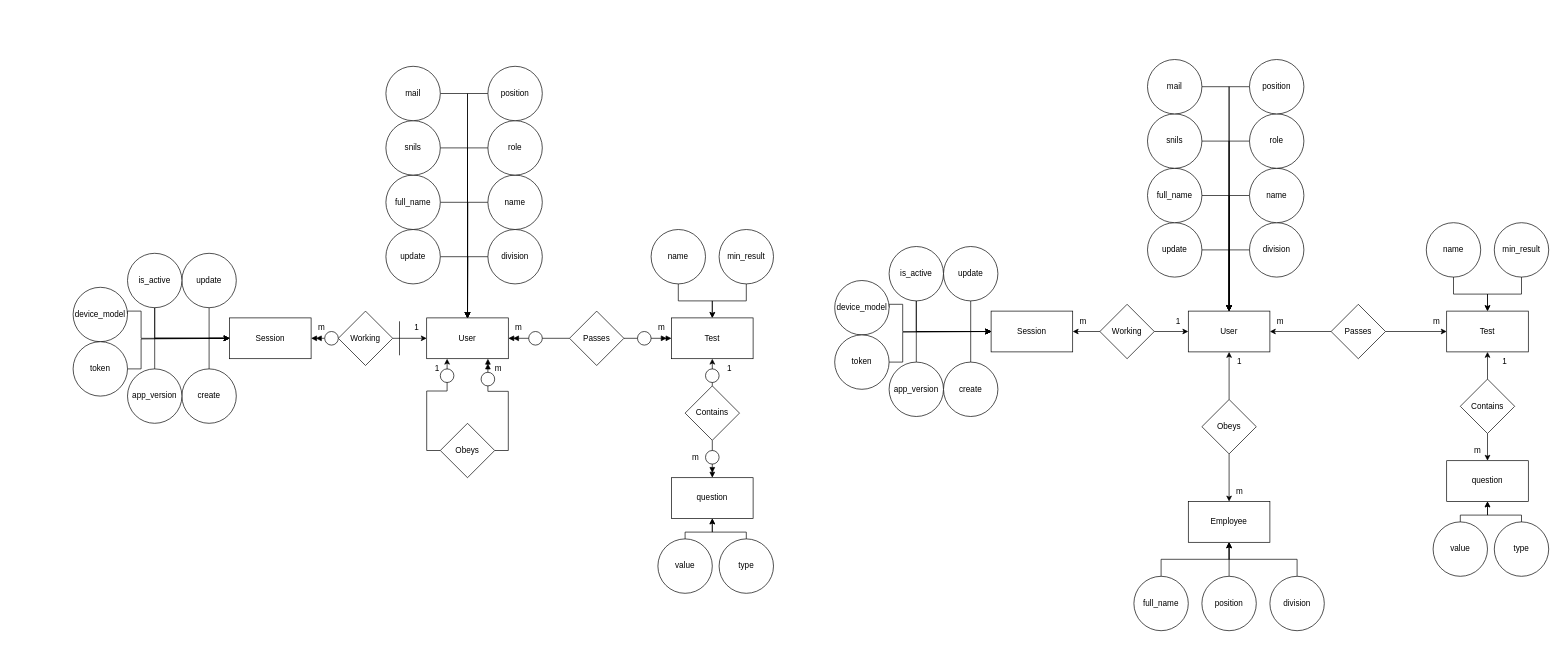
The draw.io diagram page "ER" (7 of 14) of Диплом.drawio in Vlad-Efremovv/kursach, before the edit. Source tidied: cells renumbered, new cells numbered last; positions are measured from the earlier drawing's top-left corner, leaving out a move shared by most shapes. Both pictures are drawn from the tidied source at 68%, with x=0, y=0 at pixel (73, 59).
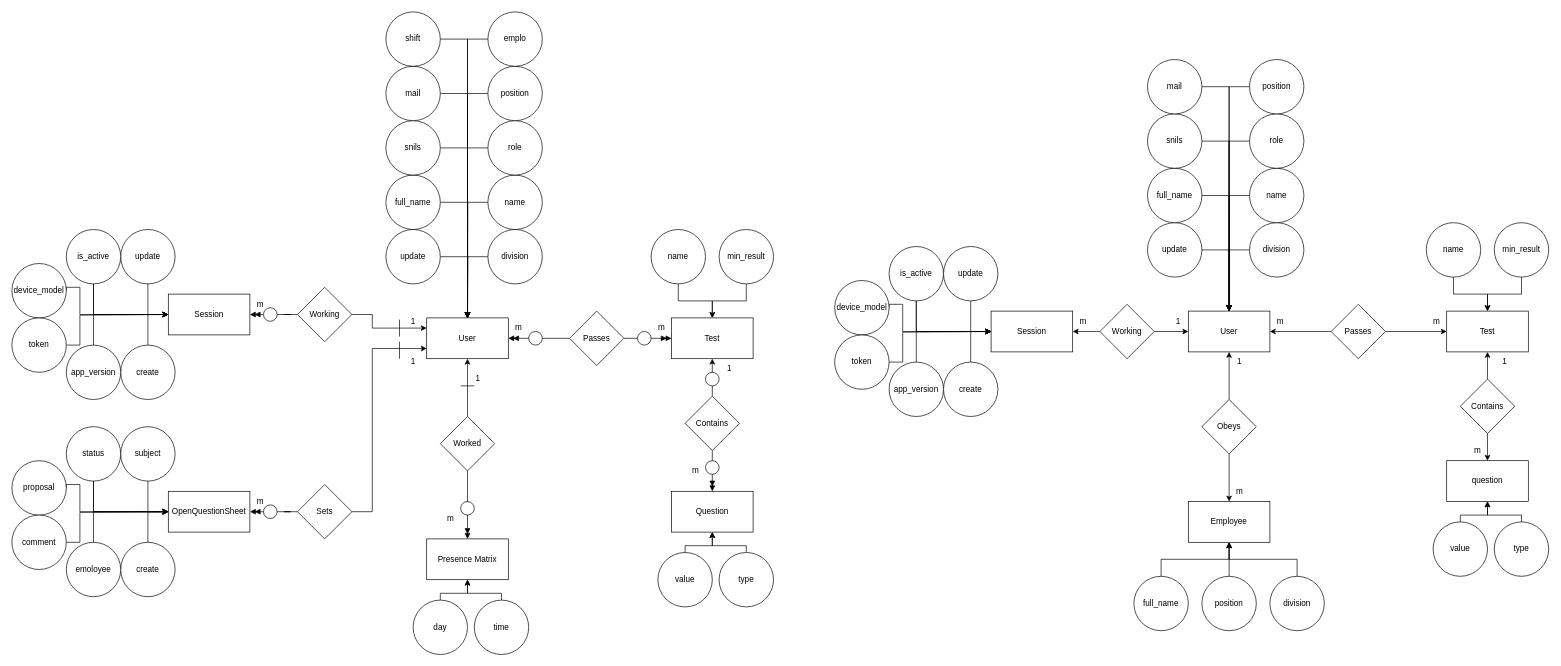
The same page after the edit.

The change refers to these unchanged cells:
```xml
<mxCell id="70" value="User" style="rounded=0;whiteSpace=wrap;html=1;" parent="1" vertex="1">
  <mxGeometry x="520" y="380" width="120" height="60" as="geometry" />
</mxCell>
```

Change to the diagram source:
```diff
@@
     <mxCell id="71" value="Session" style="rounded=0;whiteSpace=wrap;html=1;" parent="1" vertex="1">
-      <mxGeometry x="230" y="380" width="120" height="60" as="geometry" />
+      <mxGeometry x="140" y="345" width="120" height="60" as="geometry" />
     </mxCell>
@@
-    <mxCell id="73" style="edgeStyle=orthogonalEdgeStyle;rounded=0;jettySize=auto;html=1;exitX=1;exitY=0.5;exitDx=0;exitDy=0;" parent="1" edge="1" source="75" target="70">
-      <mxGeometry relative="1" as="geometry" />
+    <mxCell id="73" style="edgeStyle=orthogonalEdgeStyle;rounded=0;jettySize=auto;html=1;exitX=1;exitY=0.5;exitDx=0;exitDy=0;entryX=0;entryY=0.25;entryDx=0;entryDy=0;" parent="1" edge="1" source="75" target="70">
+      <mxGeometry relative="1" as="geometry">
+        <Array as="points">
+          <mxPoint x="440" y="375" />
+          <mxPoint x="440" y="395" />
+        </Array>
+      </mxGeometry>
     </mxCell>
@@
+    <mxCell id="140" style="edgeStyle=orthogonalEdgeStyle;rounded=0;jettySize=auto;html=1;entryX=1;entryY=0.5;entryDx=0;entryDy=0;endArrow=none;endFill=0;" parent="1" edge="1" source="75" target="132">
+      <mxGeometry relative="1" as="geometry" />
+    </mxCell>
     <mxCell id="75" value="Working" style="rhombus;whiteSpace=wrap;html=1;" parent="1" vertex="1">
-      <mxGeometry x="390" y="370" width="80" height="80" as="geometry" />
+      <mxGeometry x="330" y="335" width="80" height="80" as="geometry" />
     </mxCell>
@@
-    <mxCell id="79" style="edgeStyle=orthogonalEdgeStyle;rounded=0;jettySize=auto;html=1;entryX=0.25;entryY=1;entryDx=0;entryDy=0;exitX=0;exitY=0.5;exitDx=0;exitDy=0;" parent="1" edge="1" source="81" target="70">
-      <mxGeometry relative="1" as="geometry" />
-    </mxCell>
-    <mxCell id="80" style="edgeStyle=orthogonalEdgeStyle;rounded=0;jettySize=auto;html=1;entryX=0.75;entryY=1;entryDx=0;entryDy=0;endArrow=doubleBlock;endFill=1;" parent="1" edge="1" source="81" target="70">
-      <mxGeometry relative="1" as="geometry">
-        <Array as="points">
-          <mxPoint x="640" y="575" />
-          <mxPoint x="640" y="488" />
-          <mxPoint x="610" y="488" />
-        </Array>
-      </mxGeometry>
-    </mxCell>
-    <mxCell id="81" value="Obeys" style="rhombus;whiteSpace=wrap;html=1;" parent="1" vertex="1">
-      <mxGeometry x="540" y="535" width="80" height="80" as="geometry" />
-    </mxCell>
     <mxCell id="82" style="edgeStyle=orthogonalEdgeStyle;rounded=0;jettySize=auto;html=1;entryX=0;entryY=0.5;entryDx=0;entryDy=0;" parent="1" edge="1" source="83" target="71">
       <mxGeometry relative="1" as="geometry">
         <Array as="points">
-          <mxPoint x="200" y="410" />
+          <mxPoint x="110" y="375" />
         </Array>
       </mxGeometry>
     </mxCell>
     <mxCell id="83" value="create" style="ellipse;whiteSpace=wrap;html=1;" parent="1" vertex="1">
-      <mxGeometry x="160" y="455" width="80" height="80" as="geometry" />
+      <mxGeometry x="70" y="420" width="80" height="80" as="geometry" />
     </mxCell>
     <mxCell id="84" style="edgeStyle=orthogonalEdgeStyle;rounded=0;jettySize=auto;html=1;" parent="1" edge="1" source="86" target="71">
       <mxGeometry relative="1" as="geometry">
         <Array as="points">
-          <mxPoint x="120" y="410" />
+          <mxPoint x="30" y="375" />
         </Array>
       </mxGeometry>
     </mxCell>
@@
     <mxCell id="86" value="update" style="ellipse;whiteSpace=wrap;html=1;" parent="1" vertex="1">
-      <mxGeometry x="160" y="285" width="80" height="80" as="geometry" />
+      <mxGeometry x="70" y="250" width="80" height="80" as="geometry" />
     </mxCell>
     <mxCell id="87" style="edgeStyle=orthogonalEdgeStyle;rounded=0;jettySize=auto;html=1;entryX=0;entryY=0.5;entryDx=0;entryDy=0;exitX=0.5;exitY=1;exitDx=0;exitDy=0;" parent="1" edge="1" source="88" target="71">
       <mxGeometry relative="1" as="geometry">
         <Array as="points">
-          <mxPoint x="120" y="410" />
+          <mxPoint x="30" y="375" />
         </Array>
       </mxGeometry>
     </mxCell>
     <mxCell id="88" value="is_active" style="ellipse;whiteSpace=wrap;html=1;" parent="1" vertex="1">
-      <mxGeometry x="80" y="285" width="80" height="80" as="geometry" />
+      <mxGeometry x="-10" y="250" width="80" height="80" as="geometry" />
     </mxCell>
     <mxCell id="89" style="edgeStyle=orthogonalEdgeStyle;rounded=0;jettySize=auto;html=1;entryX=0;entryY=0.5;entryDx=0;entryDy=0;" parent="1" edge="1" source="90" target="71">
       <mxGeometry relative="1" as="geometry">
         <Array as="points">
-          <mxPoint x="120" y="410" />
+          <mxPoint x="30" y="375" />
         </Array>
       </mxGeometry>
     </mxCell>
     <mxCell id="90" value="app_version" style="ellipse;whiteSpace=wrap;html=1;" parent="1" vertex="1">
-      <mxGeometry x="80" y="455" width="80" height="80" as="geometry" />
+      <mxGeometry x="-10" y="420" width="80" height="80" as="geometry" />
     </mxCell>
     <mxCell id="91" style="edgeStyle=orthogonalEdgeStyle;rounded=0;jettySize=auto;html=1;entryX=0;entryY=0.5;entryDx=0;entryDy=0;exitX=1;exitY=0.5;exitDx=0;exitDy=0;" parent="1" edge="1" source="92" target="71">
       <mxGeometry relative="1" as="geometry">
         <Array as="points">
-          <mxPoint x="80" y="370" />
-          <mxPoint x="100" y="370" />
-          <mxPoint x="100" y="410" />
+          <mxPoint x="-10" y="335" />
+          <mxPoint x="10" y="335" />
+          <mxPoint x="10" y="375" />
         </Array>
       </mxGeometry>
     </mxCell>
     <mxCell id="92" value="device_model" style="ellipse;whiteSpace=wrap;html=1;" parent="1" vertex="1">
-      <mxGeometry y="335" width="80" height="80" as="geometry" />
+      <mxGeometry x="-90" y="300" width="80" height="80" as="geometry" />
     </mxCell>
     <mxCell id="93" style="edgeStyle=orthogonalEdgeStyle;rounded=0;jettySize=auto;html=1;entryX=0;entryY=0.5;entryDx=0;entryDy=0;exitX=1;exitY=0.5;exitDx=0;exitDy=0;endArrow=none;endFill=0;" parent="1" edge="1" source="94" target="71">
       <mxGeometry relative="1" as="geometry">
         <Array as="points">
-          <mxPoint x="100" y="455" />
-          <mxPoint x="100" y="411" />
-          <mxPoint x="230" y="411" />
+          <mxPoint x="10" y="420" />
+          <mxPoint x="10" y="376" />
+          <mxPoint x="140" y="376" />
         </Array>
       </mxGeometry>
     </mxCell>
     <mxCell id="94" value="token" style="ellipse;whiteSpace=wrap;html=1;" parent="1" vertex="1">
-      <mxGeometry y="415" width="80" height="80" as="geometry" />
+      <mxGeometry x="-90" y="380" width="80" height="80" as="geometry" />
     </mxCell>
@@
     <mxCell id="99" value="1" style="text;html=1;align=center;verticalAlign=middle;strokeColor=none;fillColor=none;" parent="1" vertex="1">
-      <mxGeometry x="490" y="380" width="30" height="30" as="geometry" />
+      <mxGeometry x="485" y="370" width="30" height="30" as="geometry" />
     </mxCell>
     <mxCell id="100" value="m" style="text;html=1;align=center;verticalAlign=middle;strokeColor=none;fillColor=none;" parent="1" vertex="1">
-      <mxGeometry x="350" y="380" width="30" height="30" as="geometry" />
+      <mxGeometry x="260" y="345" width="30" height="30" as="geometry" />
     </mxCell>
@@
-    <mxCell id="113" value="question" style="rounded=0;whiteSpace=wrap;html=1;" parent="1" vertex="1">
-      <mxGeometry x="880" y="615" width="120" height="60" as="geometry" />
+    <mxCell id="113" value="Question" style="rounded=0;whiteSpace=wrap;html=1;" parent="1" vertex="1">
+      <mxGeometry x="880" y="635" width="120" height="60" as="geometry" />
     </mxCell>
@@
     <mxCell id="116" value="Contains" style="rhombus;whiteSpace=wrap;html=1;" parent="1" vertex="1">
-      <mxGeometry x="900" y="480" width="80" height="80" as="geometry" />
+      <mxGeometry x="900" y="495" width="80" height="80" as="geometry" />
     </mxCell>
@@
     <mxCell id="118" value="m" style="text;html=1;align=center;verticalAlign=middle;strokeColor=none;fillColor=none;" parent="1" vertex="1">
-      <mxGeometry x="900" y="570" width="30" height="30" as="geometry" />
+      <mxGeometry x="900" y="590" width="30" height="30" as="geometry" />
     </mxCell>
@@
     <mxCell id="121" style="edgeStyle=orthogonalEdgeStyle;rounded=0;jettySize=auto;html=1;entryX=0.5;entryY=1;entryDx=0;entryDy=0;" parent="1" edge="1" source="122" target="113">
       <mxGeometry relative="1" as="geometry">
         <Array as="points">
-          <mxPoint x="990" y="695" />
-          <mxPoint x="940" y="695" />
+          <mxPoint x="990" y="715" />
+          <mxPoint x="940" y="715" />
         </Array>
       </mxGeometry>
     </mxCell>
     <mxCell id="122" value="type" style="ellipse;whiteSpace=wrap;html=1;" parent="1" vertex="1">
-      <mxGeometry x="950" y="705" width="80" height="80" as="geometry" />
+      <mxGeometry x="950" y="725" width="80" height="80" as="geometry" />
     </mxCell>
     <mxCell id="123" style="edgeStyle=orthogonalEdgeStyle;rounded=0;jettySize=auto;html=1;entryX=0.5;entryY=1;entryDx=0;entryDy=0;" parent="1" edge="1" target="113">
       <mxGeometry relative="1" as="geometry">
-        <mxPoint x="900" y="705" as="sourcePoint" />
+        <mxPoint x="900" y="725" as="sourcePoint" />
         <Array as="points">
-          <mxPoint x="900" y="695" />
-          <mxPoint x="940" y="695" />
+          <mxPoint x="900" y="715" />
+          <mxPoint x="940" y="715" />
         </Array>
       </mxGeometry>
     </mxCell>
     <mxCell id="124" value="value" style="ellipse;whiteSpace=wrap;html=1;" parent="1" vertex="1">
-      <mxGeometry x="860" y="705" width="80" height="80" as="geometry" />
+      <mxGeometry x="860" y="725" width="80" height="80" as="geometry" />
     </mxCell>
@@
-    <mxCell id="127" value="m" style="text;html=1;align=center;verticalAlign=middle;strokeColor=none;fillColor=none;" parent="1" vertex="1">
-      <mxGeometry x="610" y="440" width="30" height="30" as="geometry" />
-    </mxCell>
-    <mxCell id="128" value="1" style="text;html=1;align=center;verticalAlign=middle;strokeColor=none;fillColor=none;" parent="1" vertex="1">
-      <mxGeometry x="520" y="440" width="30" height="30" as="geometry" />
-    </mxCell>
@@
-    <mxCell id="131" style="edgeStyle=orthogonalEdgeStyle;rounded=0;jettySize=auto;html=1;exitX=0;exitY=0.5;exitDx=0;exitDy=0;entryX=1;entryY=0.5;entryDx=0;entryDy=0;endArrow=doubleBlock;endFill=1;" parent="1" edge="1" source="75" target="132">
-      <mxGeometry relative="1" as="geometry" />
+    <mxCell id="131" style="edgeStyle=orthogonalEdgeStyle;rounded=0;jettySize=auto;html=1;exitX=0;exitY=0.5;exitDx=0;exitDy=0;entryX=1;entryY=0.5;entryDx=0;entryDy=0;endArrow=doubleBlock;endFill=1;" parent="1" edge="1" target="132">
+      <mxGeometry relative="1" as="geometry">
+        <mxPoint x="300" y="375" as="sourcePoint" />
+      </mxGeometry>
     </mxCell>
     <mxCell id="132" style="ellipse;whiteSpace=wrap;html=1;" parent="1" vertex="1">
-      <mxGeometry x="370" y="400" width="20" height="20" as="geometry" />
+      <mxGeometry x="280" y="365" width="20" height="20" as="geometry" />
     </mxCell>
-    <mxCell id="133" style="endArrow=none;html=1;rounded=0;" parent="1" edge="1">
-      <mxGeometry relative="1" as="geometry">
-        <mxPoint x="480" y="435" as="sourcePoint" />
-        <mxPoint x="480" y="385" as="targetPoint" />
-      </mxGeometry>
-    </mxCell>
-    <mxCell id="134" style="ellipse;whiteSpace=wrap;html=1;" parent="1" vertex="1">
-      <mxGeometry x="540" y="455" width="20" height="20" as="geometry" />
-    </mxCell>
-    <mxCell id="135" style="ellipse;whiteSpace=wrap;html=1;" parent="1" vertex="1">
-      <mxGeometry x="600" y="460" width="20" height="20" as="geometry" />
-    </mxCell>
@@
     <mxCell id="138" style="ellipse;whiteSpace=wrap;html=1;" parent="1" vertex="1">
-      <mxGeometry x="930" y="575" width="20" height="20" as="geometry" />
+      <mxGeometry x="930" y="590" width="20" height="20" as="geometry" />
     </mxCell>
     <mxCell id="139" style="ellipse;whiteSpace=wrap;html=1;" parent="1" vertex="1">
-      <mxGeometry x="930" y="455" width="20" height="20" as="geometry" />
+      <mxGeometry x="930" y="460" width="20" height="20" as="geometry" />
     </mxCell>
+    <mxCell id="141" value="emplo" style="ellipse;whiteSpace=wrap;html=1;" parent="1" vertex="1">
+      <mxGeometry x="610" y="-70" width="80" height="80" as="geometry" />
+    </mxCell>
+    <mxCell id="142" style="edgeStyle=orthogonalEdgeStyle;rounded=0;jettySize=auto;html=1;entryX=0.5;entryY=0;entryDx=0;entryDy=0;exitX=0;exitY=0.5;exitDx=0;exitDy=0;" parent="1" edge="1" source="141" target="70">
+      <mxGeometry relative="1" as="geometry">
+        <Array as="points">
+          <mxPoint x="580" y="-30" />
+        </Array>
+      </mxGeometry>
+    </mxCell>
+    <mxCell id="143" style="edgeStyle=orthogonalEdgeStyle;rounded=0;jettySize=auto;html=1;entryX=0.5;entryY=0;entryDx=0;entryDy=0;" parent="1" edge="1" source="144" target="70">
+      <mxGeometry relative="1" as="geometry">
+        <Array as="points">
+          <mxPoint x="580" y="-30" />
+        </Array>
+      </mxGeometry>
+    </mxCell>
+    <mxCell id="144" value="shift" style="ellipse;whiteSpace=wrap;html=1;" parent="1" vertex="1">
+      <mxGeometry x="460" y="-70" width="80" height="80" as="geometry" />
+    </mxCell>
+    <mxCell id="145" value="OpenQuestionSheet" style="rounded=0;whiteSpace=wrap;html=1;" parent="1" vertex="1">
+      <mxGeometry x="140" y="635" width="120" height="60" as="geometry" />
+    </mxCell>
+    <mxCell id="146" style="edgeStyle=orthogonalEdgeStyle;rounded=0;jettySize=auto;html=1;exitX=0;exitY=0.5;exitDx=0;exitDy=0;entryX=1;entryY=0.5;entryDx=0;entryDy=0;endArrow=doubleBlock;endFill=1;" parent="1" edge="1" source="165" target="145">
+      <mxGeometry relative="1" as="geometry" />
+    </mxCell>
+    <mxCell id="147" style="edgeStyle=orthogonalEdgeStyle;rounded=0;jettySize=auto;html=1;entryX=1;entryY=0.5;entryDx=0;entryDy=0;endArrow=none;endFill=0;" parent="1" edge="1" source="149" target="165">
+      <mxGeometry relative="1" as="geometry" />
+    </mxCell>
+    <mxCell id="148" style="edgeStyle=orthogonalEdgeStyle;rounded=0;jettySize=auto;html=1;entryX=0;entryY=0.75;entryDx=0;entryDy=0;" parent="1" edge="1" source="149" target="70">
+      <mxGeometry relative="1" as="geometry">
+        <Array as="points">
+          <mxPoint x="440" y="665" />
+          <mxPoint x="440" y="425" />
+        </Array>
+      </mxGeometry>
+    </mxCell>
+    <mxCell id="149" value="Sets" style="rhombus;whiteSpace=wrap;html=1;" parent="1" vertex="1">
+      <mxGeometry x="330" y="625" width="80" height="80" as="geometry" />
+    </mxCell>
+    <mxCell id="150" style="edgeStyle=orthogonalEdgeStyle;rounded=0;jettySize=auto;html=1;entryX=0;entryY=0.5;entryDx=0;entryDy=0;" parent="1" edge="1" source="151" target="145">
+      <mxGeometry relative="1" as="geometry">
+        <Array as="points">
+          <mxPoint x="110" y="665" />
+        </Array>
+      </mxGeometry>
+    </mxCell>
+    <mxCell id="151" value="create" style="ellipse;whiteSpace=wrap;html=1;" parent="1" vertex="1">
+      <mxGeometry x="70" y="710" width="80" height="80" as="geometry" />
+    </mxCell>
+    <mxCell id="152" style="edgeStyle=orthogonalEdgeStyle;rounded=0;jettySize=auto;html=1;" parent="1" edge="1" source="154" target="145">
+      <mxGeometry relative="1" as="geometry">
+        <Array as="points">
+          <mxPoint x="30" y="665" />
+        </Array>
+      </mxGeometry>
+    </mxCell>
+    <mxCell id="153" style="edgeStyle=orthogonalEdgeStyle;rounded=0;jettySize=auto;html=1;entryX=0;entryY=0.5;entryDx=0;entryDy=0;" parent="1" edge="1" source="154" target="145">
+      <mxGeometry relative="1" as="geometry" />
+    </mxCell>
+    <mxCell id="154" value="subject" style="ellipse;whiteSpace=wrap;html=1;" parent="1" vertex="1">
+      <mxGeometry x="70" y="540" width="80" height="80" as="geometry" />
+    </mxCell>
+    <mxCell id="155" style="edgeStyle=orthogonalEdgeStyle;rounded=0;jettySize=auto;html=1;entryX=0;entryY=0.5;entryDx=0;entryDy=0;exitX=0.5;exitY=1;exitDx=0;exitDy=0;" parent="1" edge="1" source="156" target="145">
+      <mxGeometry relative="1" as="geometry">
+        <Array as="points">
+          <mxPoint x="30" y="665" />
+        </Array>
+      </mxGeometry>
+    </mxCell>
+    <mxCell id="156" value="status" style="ellipse;whiteSpace=wrap;html=1;" parent="1" vertex="1">
+      <mxGeometry x="-10" y="540" width="80" height="80" as="geometry" />
+    </mxCell>
+    <mxCell id="157" style="edgeStyle=orthogonalEdgeStyle;rounded=0;jettySize=auto;html=1;entryX=0;entryY=0.5;entryDx=0;entryDy=0;" parent="1" edge="1" source="158" target="145">
+      <mxGeometry relative="1" as="geometry">
+        <Array as="points">
+          <mxPoint x="30" y="665" />
+        </Array>
+      </mxGeometry>
+    </mxCell>
+    <mxCell id="158" value="emoloyee" style="ellipse;whiteSpace=wrap;html=1;" parent="1" vertex="1">
+      <mxGeometry x="-10" y="710" width="80" height="80" as="geometry" />
+    </mxCell>
+    <mxCell id="159" style="edgeStyle=orthogonalEdgeStyle;rounded=0;jettySize=auto;html=1;entryX=0;entryY=0.5;entryDx=0;entryDy=0;exitX=1;exitY=0.5;exitDx=0;exitDy=0;" parent="1" edge="1" source="160" target="145">
+      <mxGeometry relative="1" as="geometry">
+        <Array as="points">
+          <mxPoint x="-10" y="625" />
+          <mxPoint x="10" y="625" />
+          <mxPoint x="10" y="665" />
+        </Array>
+      </mxGeometry>
+    </mxCell>
+    <mxCell id="160" value="proposal" style="ellipse;whiteSpace=wrap;html=1;" parent="1" vertex="1">
+      <mxGeometry x="-90" y="590" width="80" height="80" as="geometry" />
+    </mxCell>
+    <mxCell id="161" style="edgeStyle=orthogonalEdgeStyle;rounded=0;jettySize=auto;html=1;entryX=0;entryY=0.5;entryDx=0;entryDy=0;exitX=1;exitY=0.5;exitDx=0;exitDy=0;endArrow=none;endFill=0;" parent="1" edge="1" source="162" target="145">
+      <mxGeometry relative="1" as="geometry">
+        <Array as="points">
+          <mxPoint x="10" y="710" />
+          <mxPoint x="10" y="666" />
+          <mxPoint x="140" y="666" />
+        </Array>
+      </mxGeometry>
+    </mxCell>
+    <mxCell id="162" value="comment" style="ellipse;whiteSpace=wrap;html=1;" parent="1" vertex="1">
+      <mxGeometry x="-90" y="670" width="80" height="80" as="geometry" />
+    </mxCell>
+    <mxCell id="163" value="m" style="text;html=1;align=center;verticalAlign=middle;strokeColor=none;fillColor=none;" parent="1" vertex="1">
+      <mxGeometry x="260" y="635" width="30" height="30" as="geometry" />
+    </mxCell>
+    <mxCell id="164" style="edgeStyle=orthogonalEdgeStyle;rounded=0;jettySize=auto;html=1;exitX=0;exitY=0.5;exitDx=0;exitDy=0;entryX=1;entryY=0.5;entryDx=0;entryDy=0;endArrow=doubleBlock;endFill=1;" parent="1" edge="1" target="165">
+      <mxGeometry relative="1" as="geometry">
+        <mxPoint x="300" y="665" as="sourcePoint" />
+      </mxGeometry>
+    </mxCell>
+    <mxCell id="165" style="ellipse;whiteSpace=wrap;html=1;" parent="1" vertex="1">
+      <mxGeometry x="280" y="655" width="20" height="20" as="geometry" />
+    </mxCell>
+    <mxCell id="166" style="endArrow=none;html=1;rounded=0;" parent="1" edge="1">
+      <mxGeometry relative="1" as="geometry">
+        <mxPoint x="480" y="440" as="sourcePoint" />
+        <mxPoint x="480" y="415" as="targetPoint" />
+      </mxGeometry>
+    </mxCell>
+    <mxCell id="167" value="1" style="text;html=1;align=center;verticalAlign=middle;strokeColor=none;fillColor=none;" parent="1" vertex="1">
+      <mxGeometry x="485" y="430" width="30" height="30" as="geometry" />
+    </mxCell>
+    <mxCell id="168" style="endArrow=none;html=1;rounded=0;" parent="1" edge="1">
+      <mxGeometry relative="1" as="geometry">
+        <mxPoint x="480" y="407.5" as="sourcePoint" />
+        <mxPoint x="480" y="382.5" as="targetPoint" />
+      </mxGeometry>
+    </mxCell>
+    <mxCell id="169" value="Presence Matrix" style="rounded=0;whiteSpace=wrap;html=1;" parent="1" vertex="1">
+      <mxGeometry x="520" y="705" width="120" height="60" as="geometry" />
+    </mxCell>
+    <mxCell id="170" style="edgeStyle=orthogonalEdgeStyle;rounded=0;jettySize=auto;html=1;entryX=0.5;entryY=0;entryDx=0;entryDy=0;exitX=0.5;exitY=1;exitDx=0;exitDy=0;endArrow=doubleBlock;endFill=1;" parent="1" edge="1" source="172" target="169">
+      <mxGeometry relative="1" as="geometry" />
+    </mxCell>
+    <mxCell id="171" style="edgeStyle=orthogonalEdgeStyle;rounded=0;jettySize=auto;html=1;entryX=0.5;entryY=1;entryDx=0;entryDy=0;" parent="1" edge="1" source="172" target="70">
+      <mxGeometry relative="1" as="geometry" />
+    </mxCell>
+    <mxCell id="172" value="Worked" style="rhombus;whiteSpace=wrap;html=1;" parent="1" vertex="1">
+      <mxGeometry x="540" y="525" width="80" height="80" as="geometry" />
+    </mxCell>
+    <mxCell id="173" value="1" style="text;html=1;align=center;verticalAlign=middle;strokeColor=none;fillColor=none;" parent="1" vertex="1">
+      <mxGeometry x="580" y="455" width="30" height="30" as="geometry" />
+    </mxCell>
+    <mxCell id="174" value="m" style="text;html=1;align=center;verticalAlign=middle;strokeColor=none;fillColor=none;" parent="1" vertex="1">
+      <mxGeometry x="540" y="660" width="30" height="30" as="geometry" />
+    </mxCell>
+    <mxCell id="175" style="edgeStyle=orthogonalEdgeStyle;rounded=0;jettySize=auto;html=1;entryX=0.5;entryY=1;entryDx=0;entryDy=0;" parent="1" edge="1" source="176" target="169">
+      <mxGeometry relative="1" as="geometry">
+        <Array as="points">
+          <mxPoint x="630" y="785" />
+          <mxPoint x="580" y="785" />
+        </Array>
+      </mxGeometry>
+    </mxCell>
+    <mxCell id="176" value="time" style="ellipse;whiteSpace=wrap;html=1;" parent="1" vertex="1">
+      <mxGeometry x="590" y="795" width="80" height="80" as="geometry" />
+    </mxCell>
+    <mxCell id="177" style="edgeStyle=orthogonalEdgeStyle;rounded=0;jettySize=auto;html=1;entryX=0.5;entryY=1;entryDx=0;entryDy=0;" parent="1" edge="1" target="169">
+      <mxGeometry relative="1" as="geometry">
+        <mxPoint x="540" y="795" as="sourcePoint" />
+        <Array as="points">
+          <mxPoint x="540" y="785" />
+          <mxPoint x="580" y="785" />
+        </Array>
+      </mxGeometry>
+    </mxCell>
+    <mxCell id="178" value="day" style="ellipse;whiteSpace=wrap;html=1;" parent="1" vertex="1">
+      <mxGeometry x="500" y="795" width="80" height="80" as="geometry" />
+    </mxCell>
+    <mxCell id="179" style="ellipse;whiteSpace=wrap;html=1;" parent="1" vertex="1">
+      <mxGeometry x="570" y="650" width="20" height="20" as="geometry" />
+    </mxCell>
+    <mxCell id="180" style="endArrow=none;html=1;rounded=0;" parent="1" edge="1">
+      <mxGeometry relative="1" as="geometry">
+        <mxPoint x="570" y="480" as="sourcePoint" />
+        <mxPoint x="590" y="480" as="targetPoint" />
+      </mxGeometry>
+    </mxCell>
```
